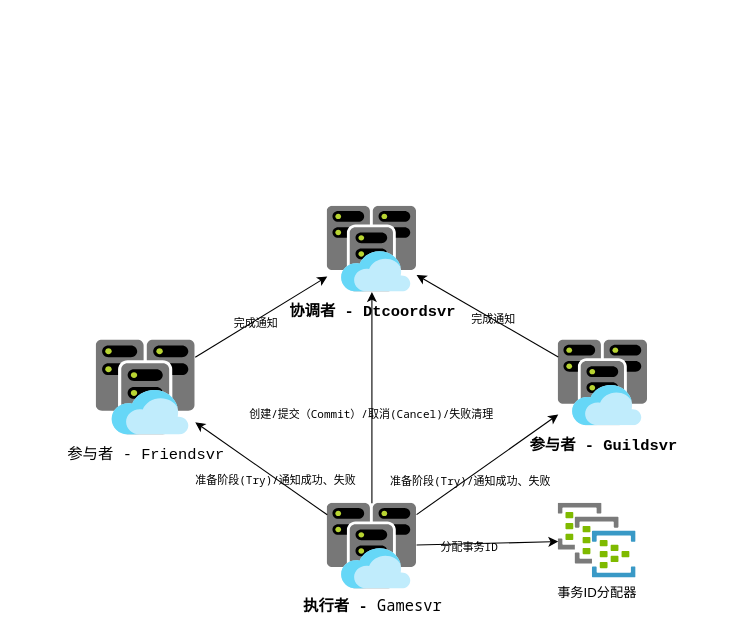
Above: page "transaction roles" (2 of 2) of source/post/2020/2005.drawio in owent/blog-hugo (draw.io), before the change. Source tidied: cells renumbered, new cells numbered last; positions are measured from the earlier drawing's top-left corner, leaving out a move shared by most shapes. Both pictures are drawn from the tidied source at 110%, with x=0, y=0 at pixel (96, 206).
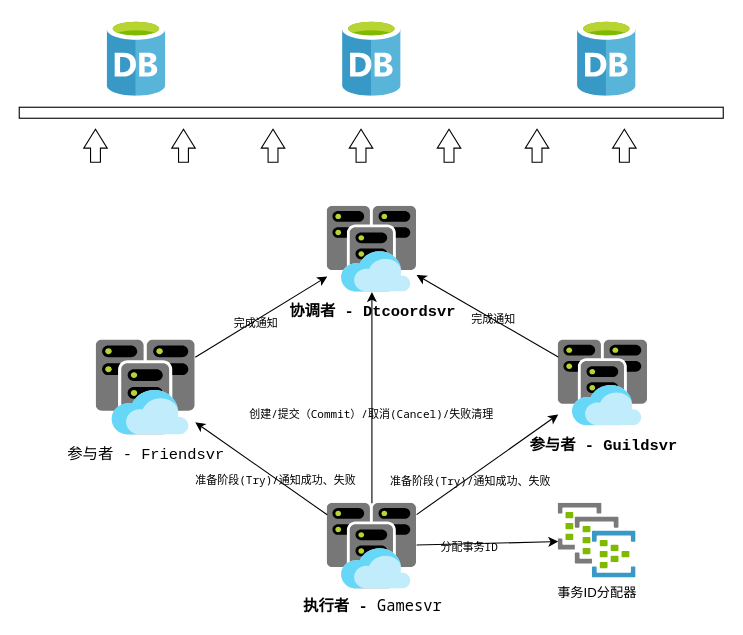
After the change.

Diff of the diagram source:
```diff
@@
+    <mxCell id="19" style="html=1;align=center;image;fontSize=12;image=img/lib/mscae/Database_General.svg;" parent="1" vertex="1">
+      <mxGeometry x="10" y="-170" width="53.2" height="70" as="geometry" />
+    </mxCell>
+    <mxCell id="20" style="rounded=0;whiteSpace=wrap;html=1;" parent="1" vertex="1">
+      <mxGeometry x="-70" y="-90" width="640" height="10" as="geometry" />
+    </mxCell>
+    <mxCell id="21" style="html=1;align=center;image;fontSize=12;image=img/lib/mscae/Database_General.svg;" parent="1" vertex="1">
+      <mxGeometry x="224" y="-170" width="53.2" height="70" as="geometry" />
+    </mxCell>
+    <mxCell id="22" style="html=1;align=center;image;fontSize=12;image=img/lib/mscae/Database_General.svg;" parent="1" vertex="1">
+      <mxGeometry x="437.6" y="-170" width="53.2" height="70" as="geometry" />
+    </mxCell>
+    <mxCell id="23" style="html=1;shadow=0;dashed=0;align=center;verticalAlign=middle;shape=mxgraph.arrows2.arrow;dy=0.58;dx=17.2;direction=north;notch=0;" parent="1" vertex="1">
+      <mxGeometry x="-11.4" y="-70" width="21.4" height="30" as="geometry" />
+    </mxCell>
+    <mxCell id="24" style="html=1;shadow=0;dashed=0;align=center;verticalAlign=middle;shape=mxgraph.arrows2.arrow;dy=0.58;dx=17.2;direction=north;notch=0;" parent="1" vertex="1">
+      <mxGeometry x="68.6" y="-70" width="21.4" height="30" as="geometry" />
+    </mxCell>
+    <mxCell id="25" style="html=1;shadow=0;dashed=0;align=center;verticalAlign=middle;shape=mxgraph.arrows2.arrow;dy=0.58;dx=17.2;direction=north;notch=0;" parent="1" vertex="1">
+      <mxGeometry x="150" y="-70" width="21.4" height="30" as="geometry" />
+    </mxCell>
+    <mxCell id="26" style="html=1;shadow=0;dashed=0;align=center;verticalAlign=middle;shape=mxgraph.arrows2.arrow;dy=0.58;dx=17.2;direction=north;notch=0;" parent="1" vertex="1">
+      <mxGeometry x="230" y="-70" width="21.4" height="30" as="geometry" />
+    </mxCell>
+    <mxCell id="27" style="html=1;shadow=0;dashed=0;align=center;verticalAlign=middle;shape=mxgraph.arrows2.arrow;dy=0.58;dx=17.2;direction=north;notch=0;" parent="1" vertex="1">
+      <mxGeometry x="310" y="-70" width="21.4" height="30" as="geometry" />
+    </mxCell>
+    <mxCell id="28" style="html=1;shadow=0;dashed=0;align=center;verticalAlign=middle;shape=mxgraph.arrows2.arrow;dy=0.58;dx=17.2;direction=north;notch=0;" parent="1" vertex="1">
+      <mxGeometry x="390" y="-70" width="21.4" height="30" as="geometry" />
+    </mxCell>
+    <mxCell id="29" style="html=1;shadow=0;dashed=0;align=center;verticalAlign=middle;shape=mxgraph.arrows2.arrow;dy=0.58;dx=17.2;direction=north;notch=0;" parent="1" vertex="1">
+      <mxGeometry x="469.4" y="-70" width="21.4" height="30" as="geometry" />
+    </mxCell>
```
